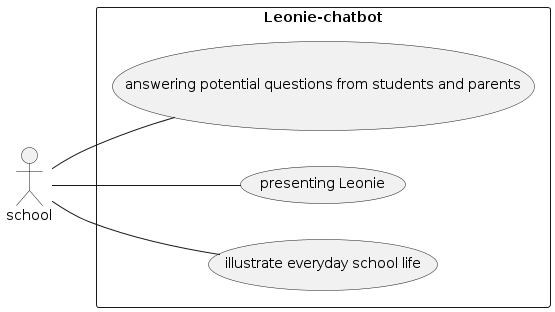
This is images/school-ucd.puml.png from 2223-4bhitm-itp/2223-4bhitm-itp-2223-4bhitm-leonie, a PlantUML export, as it was before one commit.
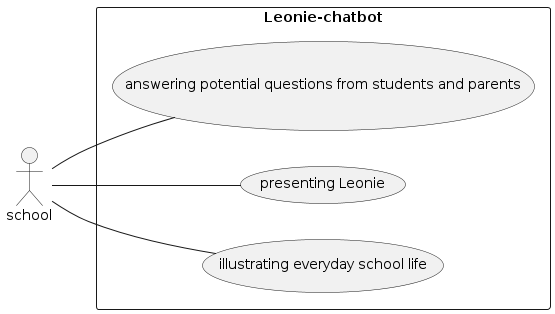
Later version of the same file.

Change to the diagram source:
```diff
@@ -4,7 +4,7 @@
 rectangle Leonie-chatbot {
   usecase "answering potential questions from students and parents" as UC1
   usecase "presenting Leonie" as UC2
-  usecase "illustrate everyday school life" as UC3
+  usecase "illustrating everyday school life" as UC3
 }
 fc -- UC1
 fc -- UC2
```
